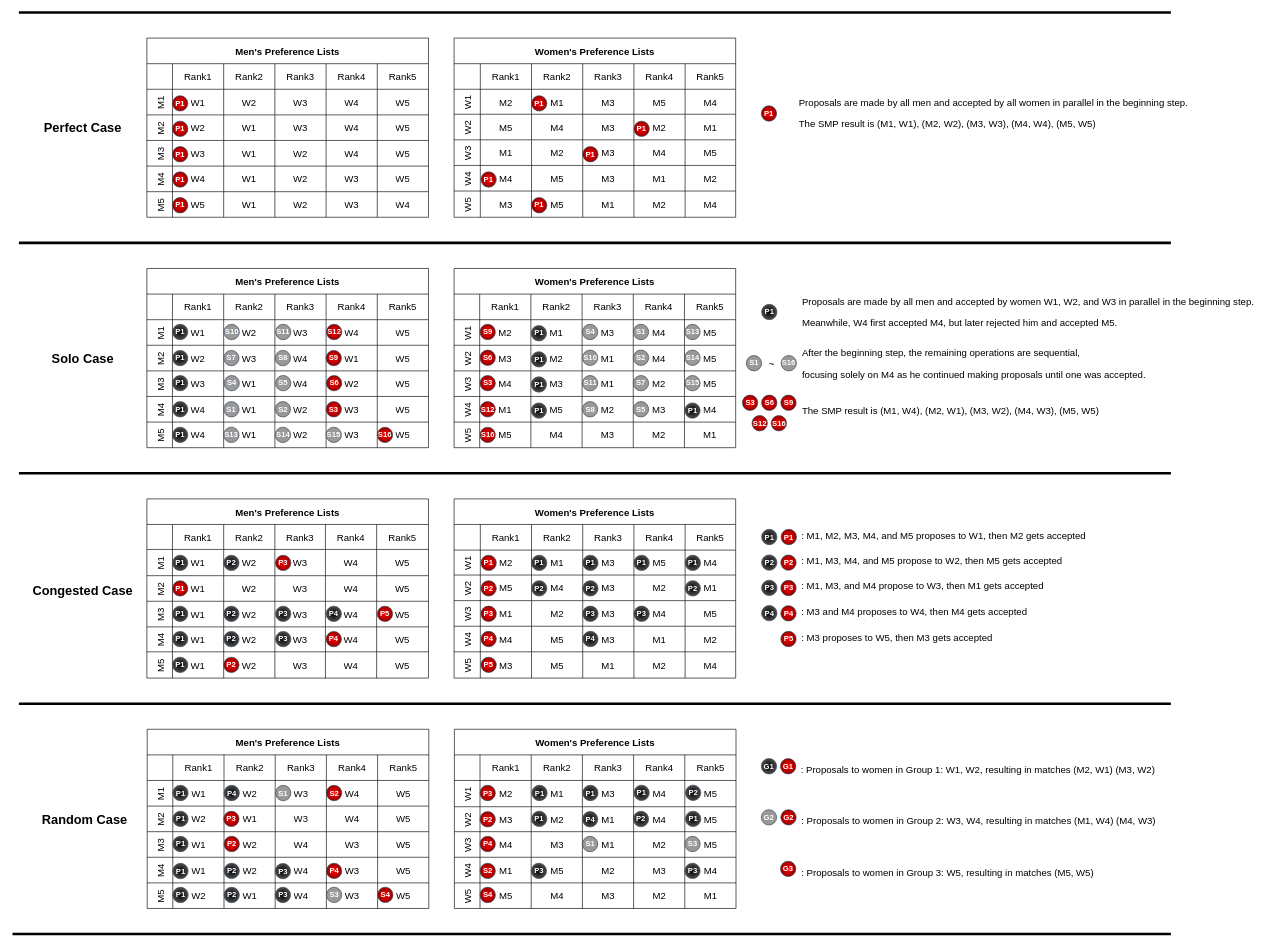
Above: MoreWorkloads.drawio in victorliu-sq/BambooSMP-Figures (draw.io), before the change. Source tidied: cells renumbered, new cells numbered last; positions are measured from the earlier drawing's top-left corner, leaving out a move shared by most shapes. Both pictures are drawn from the tidied source at 64%, with x=0, y=0 at pixel (12, 12).
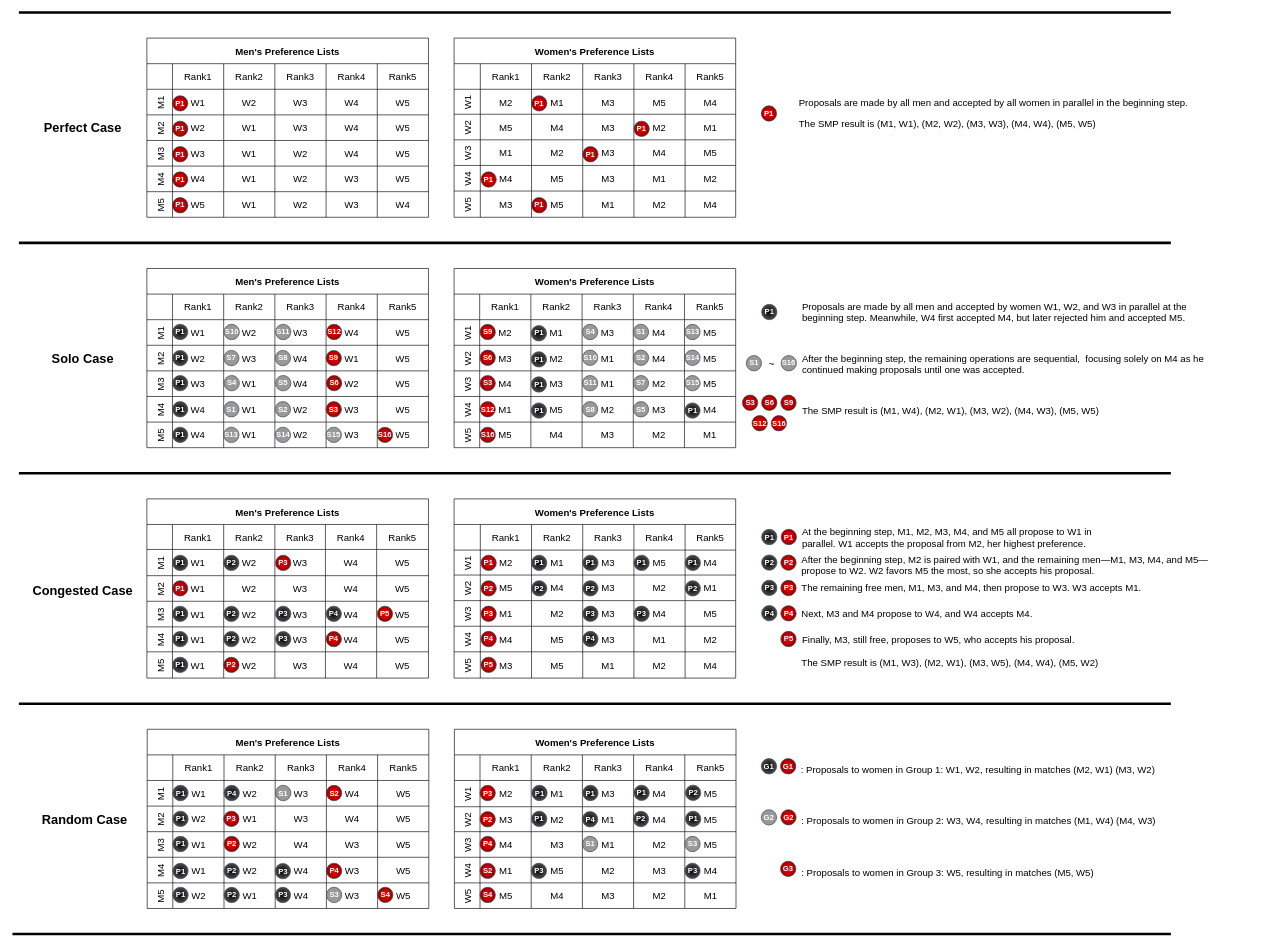
The same page after the edit.

Change to the diagram source:
```diff
@@
-    <mxCell id="39" value="&lt;h1 style=&quot;font-size: 15px;&quot;&gt;&lt;span style=&quot;font-size: 15px; font-weight: 400;&quot;&gt;: M1, M2, M3, M4, and M5 proposes to W1, then M2 gets accepted&lt;/span&gt;&lt;/h1&gt;" style="text;strokeColor=none;align=left;fillColor=none;html=1;verticalAlign=middle;whiteSpace=wrap;rounded=0;fontFamily=Helvetica;fontSize=15;fontColor=default;" parent="1" vertex="1">
-      <mxGeometry x="1230.5" y="801.9" width="469.5" height="30" as="geometry" />
+    <mxCell id="39" value="&lt;p style=&quot;&quot;&gt;At the beginning step, M1, M2, M3, M4, and M5 all propose to W1 in parallel. W1 accepts the proposal from M2, her highest preference.&lt;br&gt;&lt;/p&gt;" style="text;strokeColor=none;align=left;fillColor=none;html=1;verticalAlign=middle;whiteSpace=wrap;rounded=0;fontFamily=Helvetica;fontSize=15;fontColor=default;" parent="1" vertex="1">
+      <mxGeometry x="1231.5" y="804.6" width="459.5" height="30" as="geometry" />
     </mxCell>
-    <mxCell id="40" value="&lt;h1 style=&quot;font-size: 15px;&quot;&gt;&lt;span style=&quot;font-size: 15px; font-weight: 400;&quot;&gt;: M1, M3, M4, and M5 propose to W2, then M5 gets accepted&lt;/span&gt;&lt;/h1&gt;" style="text;strokeColor=none;align=left;fillColor=none;html=1;verticalAlign=middle;whiteSpace=wrap;rounded=0;fontFamily=Helvetica;fontSize=15;fontColor=default;" parent="1" vertex="1">
-      <mxGeometry x="1230.5" y="841.5" width="469.5" height="30" as="geometry" />
+    <mxCell id="40" value="&lt;p style=&quot;&quot;&gt;After the beginning step, M2 is paired with W1, and the remaining men—M1, M3, M4, and M5—propose to W2. W2 favors M5 the most, so she accepts his proposal.&lt;br&gt;&lt;/p&gt;" style="text;strokeColor=none;align=left;fillColor=none;html=1;verticalAlign=middle;whiteSpace=wrap;rounded=0;fontFamily=Helvetica;fontSize=15;fontColor=default;" parent="1" vertex="1">
+      <mxGeometry x="1230.5" y="847.6" width="639.5" height="30" as="geometry" />
     </mxCell>
-    <mxCell id="41" value="&lt;h1 style=&quot;font-size: 15px;&quot;&gt;&lt;span style=&quot;font-size: 15px; font-weight: 400;&quot;&gt;: M1, M3, and M4 propose to W3, then M1 gets accepted&lt;/span&gt;&lt;/h1&gt;" style="text;strokeColor=none;align=left;fillColor=none;html=1;verticalAlign=middle;whiteSpace=wrap;rounded=0;fontFamily=Helvetica;fontSize=15;fontColor=default;" parent="1" vertex="1">
-      <mxGeometry x="1230.5" y="881.3" width="459.5" height="30" as="geometry" />
+    <mxCell id="41" value="&lt;p style=&quot;&quot;&gt;The remaining free men, M1, M3, and M4, then propose to W3. W3 accepts M1.&lt;br&gt;&lt;/p&gt;" style="text;strokeColor=none;align=left;fillColor=none;html=1;verticalAlign=middle;whiteSpace=wrap;rounded=0;fontFamily=Helvetica;fontSize=15;fontColor=default;" parent="1" vertex="1">
+      <mxGeometry x="1230.5" y="884.3" width="539.5" height="30" as="geometry" />
     </mxCell>
-    <mxCell id="42" value="&lt;h1 style=&quot;font-size: 15px;&quot;&gt;&lt;span style=&quot;font-size: 15px; font-weight: 400;&quot;&gt;: M3 and M4 proposes to W4, then M4 gets accepted&lt;/span&gt;&lt;/h1&gt;" style="text;strokeColor=none;align=left;fillColor=none;html=1;verticalAlign=middle;whiteSpace=wrap;rounded=0;fontFamily=Helvetica;fontSize=15;fontColor=default;" parent="1" vertex="1">
-      <mxGeometry x="1230.5" y="920.8" width="360" height="30" as="geometry" />
+    <mxCell id="42" value="&lt;p style=&quot;&quot;&gt;Next, M3 and M4 propose to W4, and W4 accepts M4.&lt;br&gt;&lt;/p&gt;" style="text;strokeColor=none;align=left;fillColor=none;html=1;verticalAlign=middle;whiteSpace=wrap;rounded=0;fontFamily=Helvetica;fontSize=15;fontColor=default;" parent="1" vertex="1">
+      <mxGeometry x="1230.5" y="923.6" width="439.5" height="30" as="geometry" />
     </mxCell>
-    <mxCell id="43" value="&lt;h1 style=&quot;font-size: 15px;&quot;&gt;&lt;span style=&quot;font-size: 15px; font-weight: 400;&quot;&gt;: M3 proposes to W5, then M3 gets accepted&lt;/span&gt;&lt;/h1&gt;" style="text;strokeColor=none;align=left;fillColor=none;html=1;verticalAlign=middle;whiteSpace=wrap;rounded=0;fontFamily=Helvetica;fontSize=15;fontColor=default;" parent="1" vertex="1">
-      <mxGeometry x="1230.5" y="961" width="360" height="30" as="geometry" />
+    <mxCell id="43" value="&lt;p style=&quot;&quot;&gt;Finally, M3, still free, proposes to W5, who accepts his proposal.&lt;br&gt;&lt;/p&gt;" style="text;strokeColor=none;align=left;fillColor=none;html=1;verticalAlign=middle;whiteSpace=wrap;rounded=0;fontFamily=Helvetica;fontSize=15;fontColor=default;" parent="1" vertex="1">
+      <mxGeometry x="1231.5" y="964.1" width="439.5" height="30" as="geometry" />
     </mxCell>
@@
-    <mxCell id="319" value="&lt;p style=&quot;&quot;&gt;&lt;span style=&quot;font-size: 15px; font-weight: 400;&quot;&gt;Proposals are made by all men and accepted by women W1, W2, and W3 in parallel in the beginning step.&amp;nbsp;&lt;/span&gt;&lt;/p&gt;&lt;p style=&quot;&quot;&gt;&lt;span style=&quot;font-size: 15px; font-weight: 400;&quot;&gt;Meanwhile, W4 first accepted M4, but later rejected him and accepted M5.&lt;/span&gt;&lt;/p&gt;" style="text;strokeColor=none;align=left;fillColor=none;html=1;verticalAlign=middle;whiteSpace=wrap;rounded=0;fontFamily=Helvetica;fontSize=15;fontColor=default;" parent="1" vertex="1">
-      <mxGeometry x="1231.5" y="435.5" width="740" height="64" as="geometry" />
+    <mxCell id="319" value="&lt;p style=&quot;&quot;&gt;&lt;span style=&quot;font-size: 15px; font-weight: 400;&quot;&gt;Proposals are made by all men and accepted by women W1, W2, and W3 in parallel at the beginning step.&amp;nbsp;&lt;/span&gt;&lt;span style=&quot;background-color: initial;&quot;&gt;Meanwhile, W4 first accepted M4, but later rejected him and accepted M5.&lt;/span&gt;&lt;/p&gt;" style="text;strokeColor=none;align=left;fillColor=none;html=1;verticalAlign=middle;whiteSpace=wrap;rounded=0;fontFamily=Helvetica;fontSize=15;fontColor=default;" parent="1" vertex="1">
+      <mxGeometry x="1231.5" y="435.5" width="648.5" height="64" as="geometry" />
     </mxCell>
-    <mxCell id="320" value="&lt;p style=&quot;&quot;&gt;&lt;span style=&quot;font-size: 15px; font-weight: 400;&quot;&gt;After the beginning step, the remaining operations are sequential,&amp;nbsp;&lt;/span&gt;&lt;/p&gt;&lt;p style=&quot;&quot;&gt;&lt;span style=&quot;font-size: 15px; font-weight: 400;&quot;&gt;focusing solely on M4 as he continued making proposals until one was accepted.&amp;nbsp;&lt;/span&gt;&lt;/p&gt;" style="text;strokeColor=none;align=left;fillColor=none;html=1;verticalAlign=middle;whiteSpace=wrap;rounded=0;fontFamily=Helvetica;fontSize=15;fontColor=default;" parent="1" vertex="1">
+    <mxCell id="320" value="&lt;p style=&quot;&quot;&gt;&lt;span style=&quot;font-size: 15px; font-weight: 400;&quot;&gt;After the beginning step, the remaining operations are sequential,&amp;nbsp;&amp;nbsp;&lt;/span&gt;&lt;span style=&quot;background-color: initial;&quot;&gt;focusing solely on M4 as he continued making proposals until one was accepted.&amp;nbsp;&lt;/span&gt;&lt;/p&gt;" style="text;strokeColor=none;align=left;fillColor=none;html=1;verticalAlign=middle;whiteSpace=wrap;rounded=0;fontFamily=Helvetica;fontSize=15;fontColor=default;" parent="1" vertex="1">
       <mxGeometry x="1231.5" y="520" width="680" height="57" as="geometry" />
     </mxCell>
@@
+    <mxCell id="459" value="&lt;p style=&quot;&quot;&gt;&lt;span style=&quot;font-size: 15px; font-weight: 400;&quot;&gt;The SMP result is&amp;nbsp;&lt;/span&gt;&lt;span style=&quot;font-size: 15px; font-weight: normal;&quot;&gt;&lt;font style=&quot;font-size: 15px;&quot;&gt;(M1, W3), (M2, W1), (M3, W5), (M4, W4), (M5, W2)&lt;/font&gt;&lt;/span&gt;&lt;/p&gt;" style="text;strokeColor=none;align=left;fillColor=none;html=1;verticalAlign=middle;whiteSpace=wrap;rounded=0;fontFamily=Helvetica;fontSize=15;fontColor=default;" parent="1" vertex="1">
+      <mxGeometry x="1230.5" y="1001.3" width="520" height="30" as="geometry" />
+    </mxCell>
```
